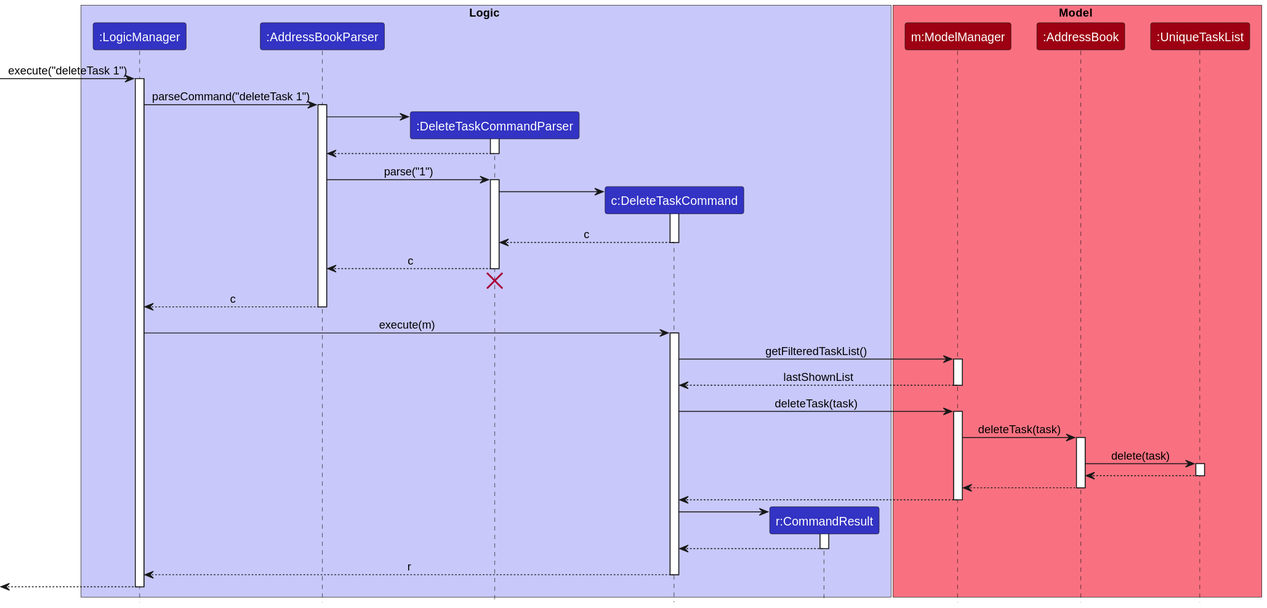
Above: docs/assets/svg/dg/DeleteTaskSequenceDiagram.svg in pra-navi/tp (PlantUML), before the change.
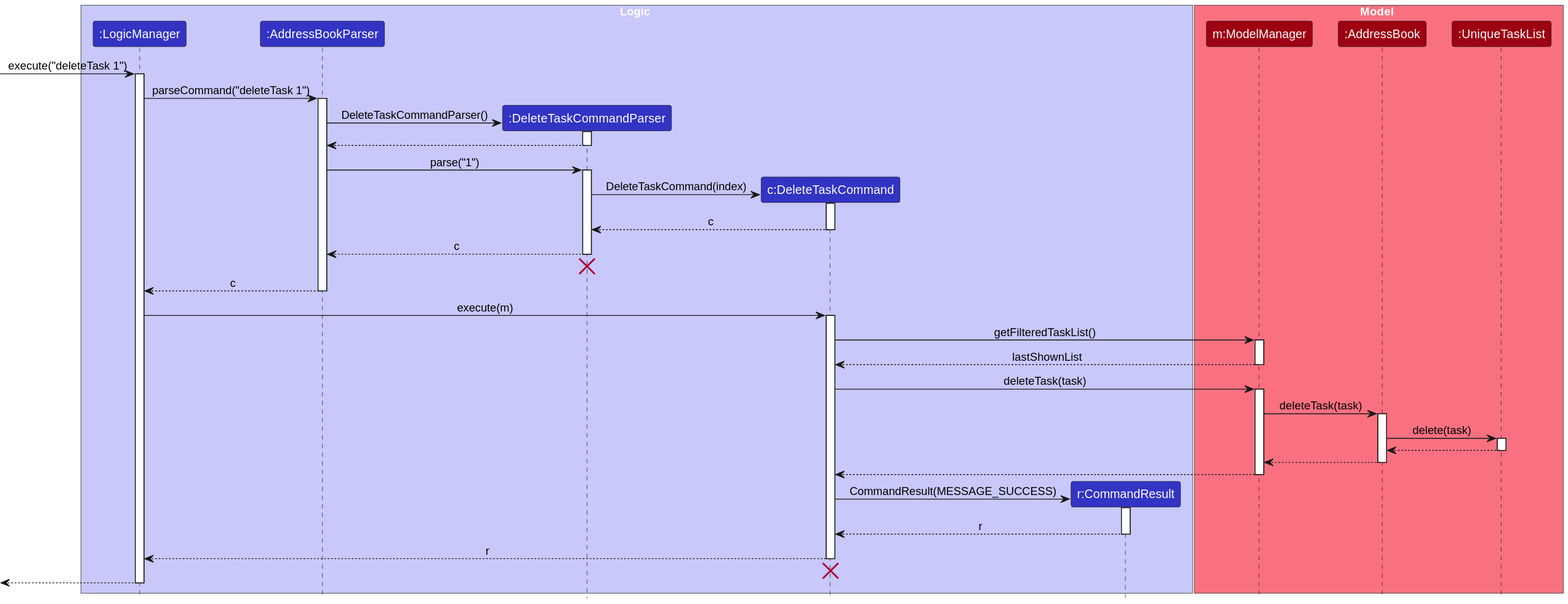
The same diagram one commit later.

Change to the diagram source:
```diff
@@ -23,7 +23,7 @@
 activate AddressBookParser
 
 create DeleteTaskCommandParser
-AddressBookParser -> DeleteTaskCommandParser
+AddressBookParser -> DeleteTaskCommandParser : DeleteTaskCommandParser()
 activate DeleteTaskCommandParser
 
 DeleteTaskCommandParser --> AddressBookParser
@@ -33,7 +33,7 @@
 activate DeleteTaskCommandParser
 
 create DeleteTaskCommand
-DeleteTaskCommandParser -> DeleteTaskCommand
+DeleteTaskCommandParser -> DeleteTaskCommand : DeleteTaskCommand(index)
 activate DeleteTaskCommand
 
 DeleteTaskCommand --> DeleteTaskCommandParser : c
@@ -75,14 +75,16 @@
 deactivate ModelManager
 
 create CommandResult
-DeleteTaskCommand -> CommandResult
+DeleteTaskCommand -> CommandResult : CommandResult(MESSAGE_SUCCESS)
 activate CommandResult
 
-CommandResult --> DeleteTaskCommand
+CommandResult --> DeleteTaskCommand : r
 deactivate CommandResult
 
 DeleteTaskCommand --> LogicManager : r
 deactivate DeleteTaskCommand
+DeleteTaskCommand -[hidden]-> LogicManager
+destroy DeleteTaskCommand
 
 [<--LogicManager
 deactivate LogicManager
```
